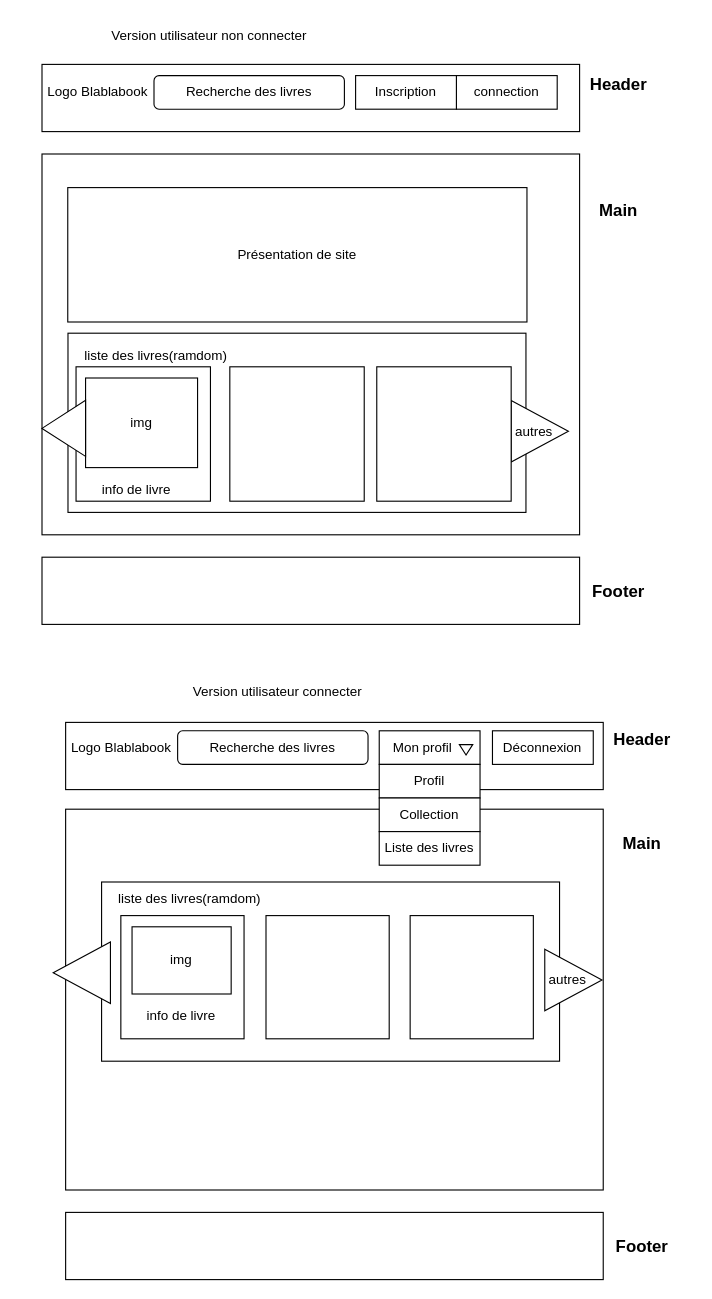
The draw.io diagram Cahier des charges/wireframe/accueil.drawio in HarukaIZUMI18/Blablabook-Haruka, before the edit. Source tidied: cells renumbered, new cells numbered last; positions are measured from the earlier drawing's top-left corner, leaving out a move shared by most shapes. Both pictures are drawn from the tidied source at 112%, with x=0, y=0 at pixel (19, 19).
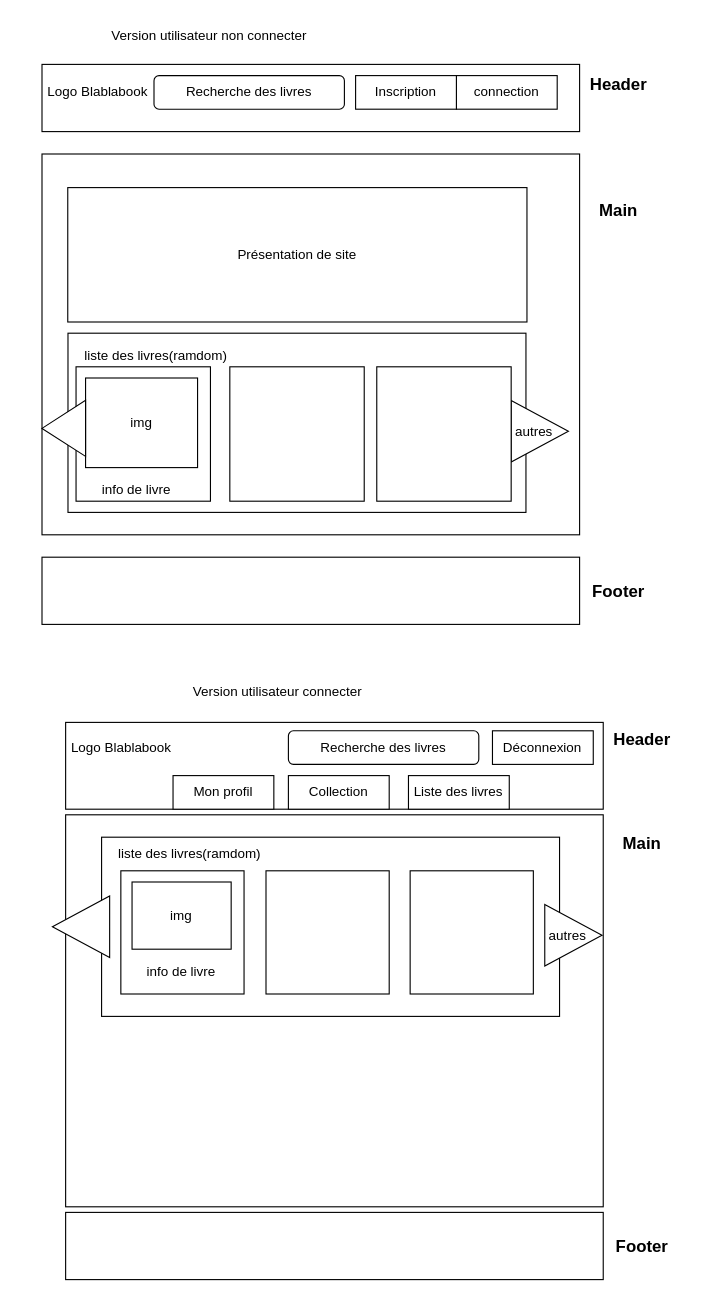
The same diagram, later.

Commit message:
modification header accueil wireframe

The edit, as a diff of the source:
```diff
@@
     <mxCell id="27" style="rounded=0;whiteSpace=wrap;html=1;" parent="1" vertex="1">
-      <mxGeometry x="41.1" y="705" width="480" height="340" as="geometry" />
+      <mxGeometry x="41.1" y="710" width="480" height="350" as="geometry" />
     </mxCell>
@@
     <mxCell id="29" style="group;" parent="1" vertex="1">
-      <mxGeometry x="422.2" y="635" width="98.9" height="52.5" as="geometry" />
+      <mxGeometry x="422.2" y="635" width="98.9" height="70" as="geometry" />
     </mxCell>
     <mxCell id="30" style="rounded=0;whiteSpace=wrap;html=1;" parent="29" vertex="1">
-      <mxGeometry x="-381.1" y="-7.5" width="480" height="60" as="geometry" />
+      <mxGeometry x="-381.1" y="-7.5" width="480" height="77.5" as="geometry" />
     </mxCell>
@@
+    <mxCell id="59" value="Liste des livres" style="rounded=0;whiteSpace=wrap;html=1;" parent="29" vertex="1">
+      <mxGeometry x="-75" y="40" width="90" height="30" as="geometry" />
+    </mxCell>
+    <mxCell id="37" value="Recherche des livres" style="rounded=1;whiteSpace=wrap;html=1;" parent="29" vertex="1">
+      <mxGeometry x="-182.2" width="170" height="30" as="geometry" />
+    </mxCell>
@@
-    <mxCell id="37" value="Recherche des livres" style="rounded=1;whiteSpace=wrap;html=1;" parent="1" vertex="1">
-      <mxGeometry x="141.1" y="635" width="170" height="30" as="geometry" />
-    </mxCell>
     <mxCell id="38" style="group;" parent="1" vertex="1">
-      <mxGeometry x="60" y="770" width="460" height="160" as="geometry" />
+      <mxGeometry x="60" y="730" width="460" height="160" as="geometry" />
     </mxCell>
@@
-    <mxCell id="49" style="triangle;whiteSpace=wrap;html=1;direction=west;" parent="1" vertex="1">
-      <mxGeometry x="30" y="823.5" width="51.1" height="55" as="geometry" />
+    <mxCell id="49" style="triangle;whiteSpace=wrap;html=1;direction=west;" parent="38" vertex="1">
+      <mxGeometry x="-30.7" y="52.5" width="51.1" height="55" as="geometry" />
     </mxCell>
-    <mxCell id="50" style="rounded=0;whiteSpace=wrap;html=1;" parent="1" vertex="1">
-      <mxGeometry x="321.1" y="635" width="90" height="30" as="geometry" />
-    </mxCell>
-    <mxCell id="51" value="Mon profil" style="text;html=1;align=center;verticalAlign=middle;whiteSpace=wrap;rounded=0;" parent="1" vertex="1">
-      <mxGeometry x="330" y="635" width="60" height="30" as="geometry" />
-    </mxCell>
-    <mxCell id="52" style="triangle;whiteSpace=wrap;html=1;rotation=90;" parent="1" vertex="1">
-      <mxGeometry x="394" y="646" width="9.2" height="11.9" as="geometry" />
-    </mxCell>
-    <mxCell id="53" style="rounded=0;whiteSpace=wrap;html=1;" parent="1" vertex="1">
-      <mxGeometry x="321.1" y="665" width="90" height="30" as="geometry" />
-    </mxCell>
-    <mxCell id="54" style="rounded=0;whiteSpace=wrap;html=1;" parent="1" vertex="1">
-      <mxGeometry x="321.1" y="695" width="90" height="30" as="geometry" />
-    </mxCell>
-    <mxCell id="55" value="Profil" style="text;html=1;align=center;verticalAlign=middle;whiteSpace=wrap;rounded=0;" parent="1" vertex="1">
-      <mxGeometry x="336.1" y="665" width="60" height="30" as="geometry" />
-    </mxCell>
@@
-    <mxCell id="58" value="Collection" style="text;html=1;align=center;verticalAlign=middle;whiteSpace=wrap;rounded=0;" parent="1" vertex="1">
-      <mxGeometry x="336.1" y="695" width="60" height="30" as="geometry" />
+    <mxCell id="58" value="Collection" style="rounded=0;whiteSpace=wrap;html=1;" parent="1" vertex="1">
+      <mxGeometry x="240" y="675" width="90" height="30" as="geometry" />
     </mxCell>
-    <mxCell id="59" value="Liste des livres" style="rounded=0;whiteSpace=wrap;html=1;" parent="1" vertex="1">
-      <mxGeometry x="321.1" y="725" width="90" height="30" as="geometry" />
-    </mxCell>
+    <mxCell id="51" value="Mon profil" style="rounded=0;whiteSpace=wrap;html=1;" parent="1" vertex="1">
+      <mxGeometry x="137" y="675" width="90" height="30" as="geometry" />
+    </mxCell>
```
